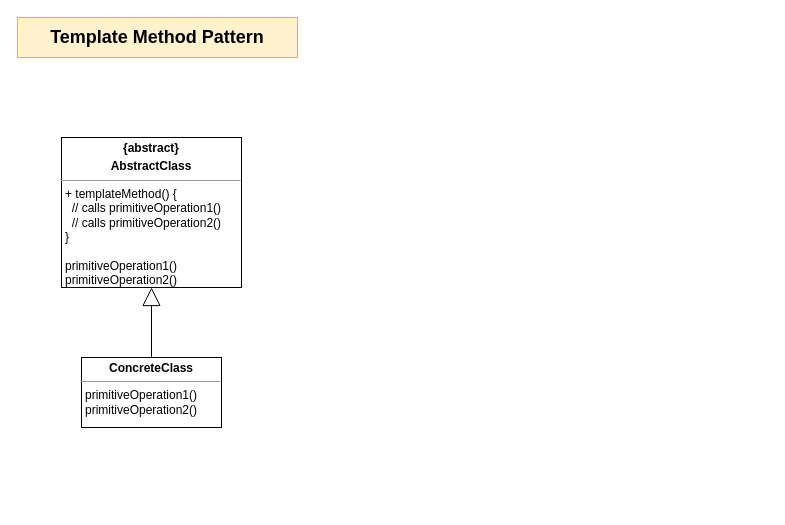
Above: Design Pattern/Behavioral_Pattern/Template Method Pattern.drawio in ballantine04/ballantine04 (draw.io), before the change. Source tidied: cells renumbered, new cells numbered last; positions are measured from the earlier drawing's top-left corner, leaving out a move shared by most shapes. Both pictures are drawn from the tidied source at 100%, with x=0, y=0 at pixel (17, 17).
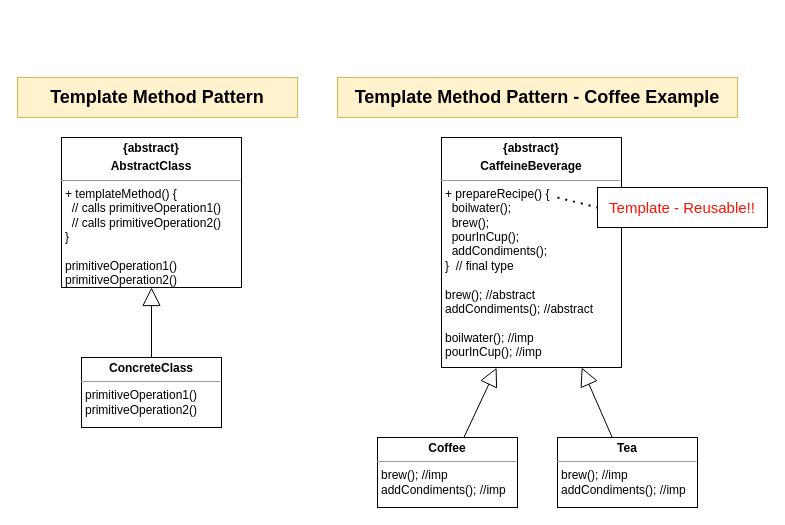
After the change.

What changed in the source:
```diff
@@
 <mxGraphModel>
   <root>
     <mxCell id="0" />
     <mxCell id="1" parent="0" />
     <mxCell id="2" value="&lt;p style=&quot;margin: 0px ; margin-top: 4px ; text-align: center&quot;&gt;&lt;b&gt;{abstract}&lt;/b&gt;&lt;/p&gt;&lt;p style=&quot;margin: 0px ; margin-top: 4px ; text-align: center&quot;&gt;&lt;b&gt;AbstractClass&lt;/b&gt;&lt;/p&gt;&lt;hr size=&quot;1&quot;&gt;&lt;p style=&quot;margin: 0px ; margin-left: 4px&quot;&gt;+ templateMethod() {&lt;/p&gt;&lt;p style=&quot;margin: 0px ; margin-left: 4px&quot;&gt;&amp;nbsp; // calls primitiveOperation1()&lt;/p&gt;&lt;p style=&quot;margin: 0px ; margin-left: 4px&quot;&gt;&amp;nbsp; // calls primitiveOperation2()&lt;br&gt;&lt;/p&gt;&lt;p style=&quot;margin: 0px ; margin-left: 4px&quot;&gt;}&lt;/p&gt;&lt;p style=&quot;margin: 0px ; margin-left: 4px&quot;&gt;&lt;br&gt;&lt;/p&gt;&lt;p style=&quot;margin: 0px ; margin-left: 4px&quot;&gt;primitiveOperation1()&lt;br&gt;&lt;/p&gt;&lt;p style=&quot;margin: 0px ; margin-left: 4px&quot;&gt;primitiveOperation2()&lt;br&gt;&lt;/p&gt;" style="verticalAlign=top;align=left;overflow=fill;fontSize=12;fontFamily=Helvetica;html=1;" parent="1" vertex="1">
       <mxGeometry x="44" y="120" width="180" height="150" as="geometry" />
     </mxCell>
     <mxCell id="3" value="&lt;p style=&quot;margin: 0px ; margin-top: 4px ; text-align: center&quot;&gt;&lt;b&gt;ConcreteClass&lt;/b&gt;&lt;/p&gt;&lt;hr size=&quot;1&quot;&gt;&lt;div style=&quot;height: 2px&quot;&gt;&lt;p style=&quot;margin: 0px 0px 0px 4px&quot;&gt;primitiveOperation1()&lt;br&gt;&lt;/p&gt;&lt;p style=&quot;margin: 0px 0px 0px 4px&quot;&gt;primitiveOperation2()&lt;/p&gt;&lt;/div&gt;" style="verticalAlign=top;align=left;overflow=fill;fontSize=12;fontFamily=Helvetica;html=1;" parent="1" vertex="1">
       <mxGeometry x="64" y="340" width="140" height="70" as="geometry" />
     </mxCell>
     <mxCell id="4" style="endArrow=block;endSize=16;endFill=0;html=1;elbow=vertical;rounded=0;entryX=0.5;entryY=1;entryDx=0;entryDy=0;" parent="1" edge="1" source="3" target="2">
       <mxGeometry relative="1" as="geometry" />
     </mxCell>
     <mxCell id="5" value="Template Method Pattern" style="text;html=1;strokeColor=#d6b656;fillColor=#fff2cc;align=center;verticalAlign=middle;whiteSpace=wrap;rounded=0;fontSize=18;fontStyle=1;" parent="1" vertex="1">
-      <mxGeometry width="280" height="40" as="geometry" />
+      <mxGeometry y="60" width="280" height="40" as="geometry" />
     </mxCell>
+    <mxCell id="6" value="&lt;p style=&quot;margin: 0px ; margin-top: 4px ; text-align: center&quot;&gt;&lt;b&gt;{abstract}&lt;/b&gt;&lt;/p&gt;&lt;p style=&quot;margin: 0px ; margin-top: 4px ; text-align: center&quot;&gt;&lt;b&gt;CaffeineBeverage&lt;/b&gt;&lt;/p&gt;&lt;hr size=&quot;1&quot;&gt;&lt;p style=&quot;margin: 0px ; margin-left: 4px&quot;&gt;+ prepareRecipe() {&lt;/p&gt;&lt;p style=&quot;margin: 0px ; margin-left: 4px&quot;&gt;&amp;nbsp; boilwater();&lt;/p&gt;&lt;p style=&quot;margin: 0px ; margin-left: 4px&quot;&gt;&amp;nbsp; brew();&lt;/p&gt;&lt;p style=&quot;margin: 0px ; margin-left: 4px&quot;&gt;&amp;nbsp; pourInCup();&lt;/p&gt;&lt;p style=&quot;margin: 0px ; margin-left: 4px&quot;&gt;&amp;nbsp; addCondiments();&lt;/p&gt;&lt;p style=&quot;margin: 0px ; margin-left: 4px&quot;&gt;}&amp;nbsp; // final type&lt;/p&gt;&lt;p style=&quot;margin: 0px ; margin-left: 4px&quot;&gt;&lt;br&gt;&lt;/p&gt;&lt;p style=&quot;margin: 0px ; margin-left: 4px&quot;&gt;brew(); //abstract&lt;/p&gt;&lt;p style=&quot;margin: 0px ; margin-left: 4px&quot;&gt;addCondiments(); //abstract&lt;/p&gt;&lt;p style=&quot;margin: 0px ; margin-left: 4px&quot;&gt;&lt;br&gt;&lt;/p&gt;&lt;p style=&quot;margin: 0px ; margin-left: 4px&quot;&gt;boilwater(); //imp&lt;/p&gt;&lt;p style=&quot;margin: 0px ; margin-left: 4px&quot;&gt;pourInCup(); //imp&lt;/p&gt;" style="verticalAlign=top;align=left;overflow=fill;fontSize=12;fontFamily=Helvetica;html=1;" parent="1" vertex="1">
+      <mxGeometry x="424" y="120" width="180" height="230" as="geometry" />
+    </mxCell>
+    <mxCell id="7" value="&lt;p style=&quot;margin: 0px ; margin-top: 4px ; text-align: center&quot;&gt;&lt;b&gt;Coffee&lt;/b&gt;&lt;/p&gt;&lt;hr size=&quot;1&quot;&gt;&lt;div style=&quot;height: 2px&quot;&gt;&lt;p style=&quot;margin: 0px 0px 0px 4px&quot;&gt;brew(); //imp&lt;/p&gt;&lt;p style=&quot;margin: 0px 0px 0px 4px&quot;&gt;addCondiments(); //imp&lt;/p&gt;&lt;/div&gt;" style="verticalAlign=top;align=left;overflow=fill;fontSize=12;fontFamily=Helvetica;html=1;" parent="1" vertex="1">
+      <mxGeometry x="360" y="420" width="140" height="70" as="geometry" />
+    </mxCell>
+    <mxCell id="8" style="endArrow=block;endSize=16;endFill=0;html=1;elbow=vertical;rounded=0;entryX=0.306;entryY=1.001;entryDx=0;entryDy=0;entryPerimeter=0;" parent="1" edge="1" source="7" target="6">
+      <mxGeometry relative="1" as="geometry" />
+    </mxCell>
+    <mxCell id="9" value="Template Method Pattern - Coffee Example" style="text;html=1;strokeColor=#d6b656;fillColor=#fff2cc;align=center;verticalAlign=middle;whiteSpace=wrap;rounded=0;fontSize=18;fontStyle=1;" parent="1" vertex="1">
+      <mxGeometry x="320" y="60" width="400" height="40" as="geometry" />
+    </mxCell>
+    <mxCell id="10" value="&lt;p style=&quot;margin: 0px ; margin-top: 4px ; text-align: center&quot;&gt;&lt;b&gt;Tea&lt;/b&gt;&lt;/p&gt;&lt;hr size=&quot;1&quot;&gt;&lt;div style=&quot;height: 2px&quot;&gt;&lt;p style=&quot;margin: 0px 0px 0px 4px&quot;&gt;brew(); //imp&lt;/p&gt;&lt;p style=&quot;margin: 0px 0px 0px 4px&quot;&gt;addCondiments(); //imp&lt;/p&gt;&lt;/div&gt;" style="verticalAlign=top;align=left;overflow=fill;fontSize=12;fontFamily=Helvetica;html=1;" parent="1" vertex="1">
+      <mxGeometry x="540" y="420" width="140" height="70" as="geometry" />
+    </mxCell>
+    <mxCell id="11" style="endArrow=block;endSize=16;endFill=0;html=1;elbow=vertical;rounded=0;" parent="1" edge="1" source="10" target="6">
+      <mxGeometry relative="1" as="geometry" />
+    </mxCell>
+    <mxCell id="12" value="Template - Reusable!!" style="rounded=0;whiteSpace=wrap;html=1;fontSize=15;fontColor=#FF1100;" parent="1" vertex="1">
+      <mxGeometry x="580" y="170" width="170" height="40" as="geometry" />
+    </mxCell>
+    <mxCell id="13" style="endArrow=none;dashed=1;html=1;dashPattern=1 3;strokeWidth=2;fontSize=15;fontColor=#FF1100;" parent="1" edge="1">
+      <mxGeometry relative="1" as="geometry">
+        <mxPoint x="540" y="180" as="sourcePoint" />
+        <mxPoint x="580" y="190" as="targetPoint" />
+      </mxGeometry>
+    </mxCell>
   </root>
 </mxGraphModel>
```
